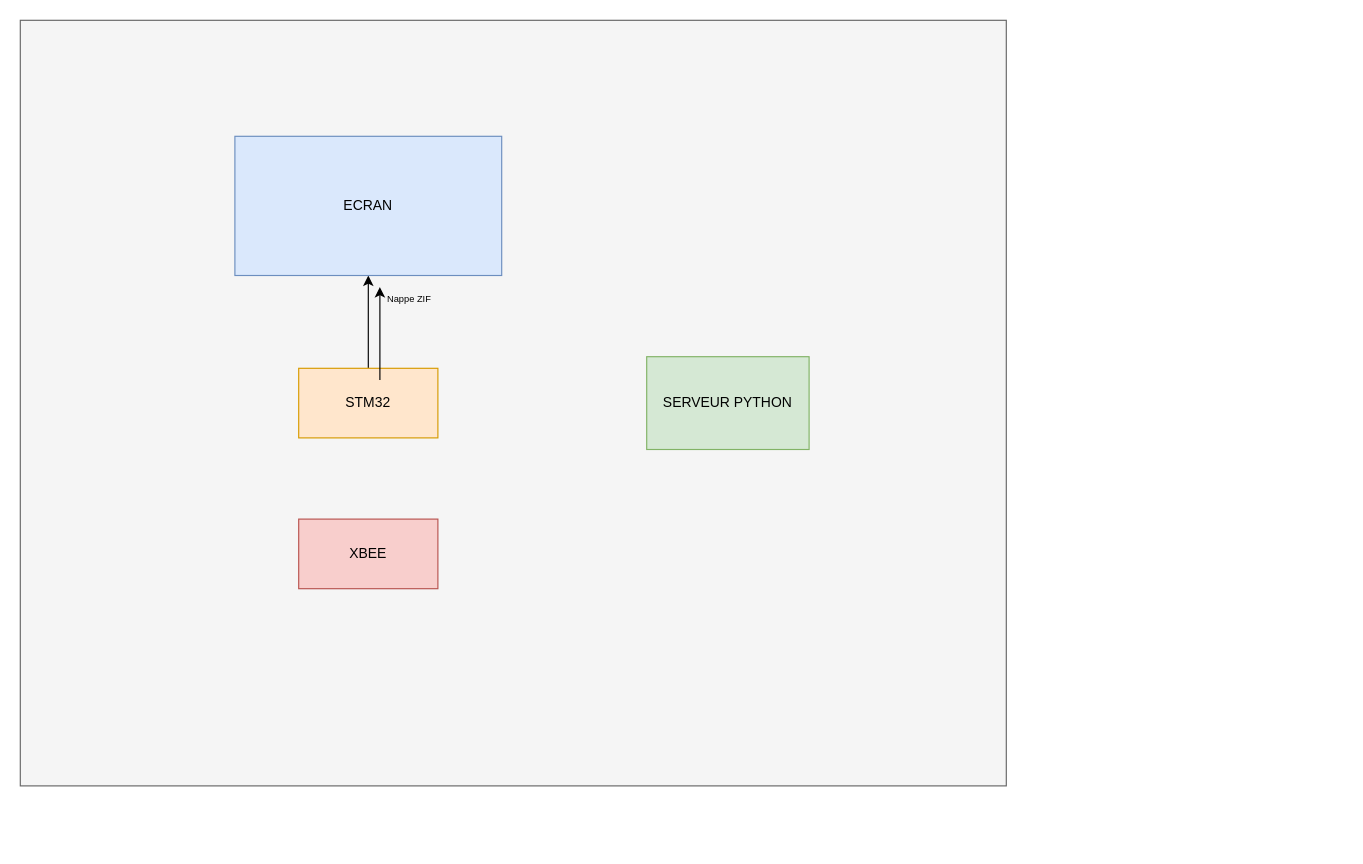
This is Diagramme sans nom.drawio from JohannCourand/Camera, a draw.io file, before an edit. Source tidied: cells renumbered, new cells numbered last; positions are measured from the earlier drawing's top-left corner, leaving out a move shared by most shapes. Both pictures are drawn from the tidied source at 116%, with x=0, y=0 at pixel (20, 20).
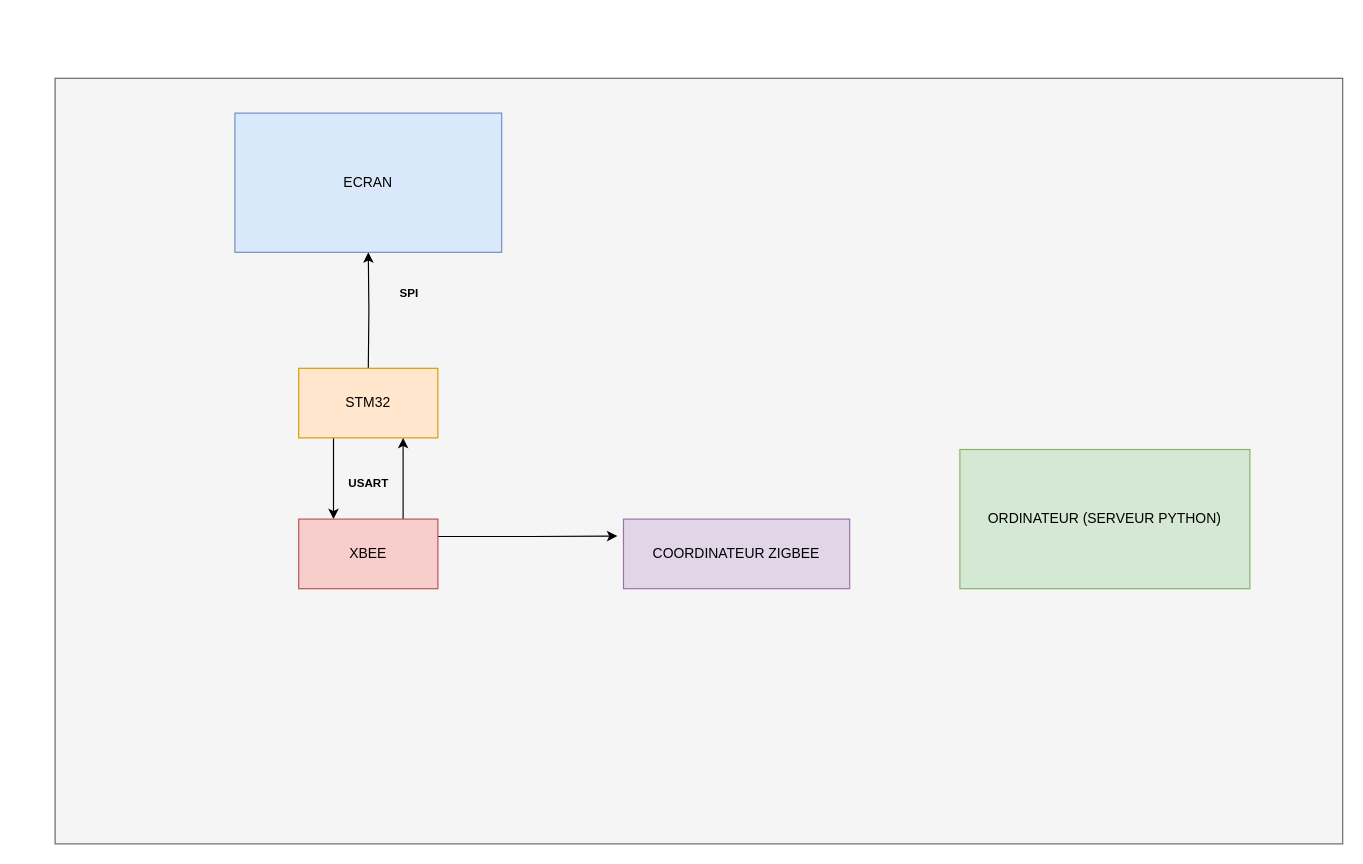
After the change.

Change to the diagram source:
```diff
@@
 <mxGraphModel>
   <root>
     <mxCell id="0" />
     <mxCell id="1" parent="0" />
     <mxCell id="2" style="rounded=0;whiteSpace=wrap;html=1;fillColor=#f5f5f5;strokeColor=#666666;fontColor=#333333;" parent="1" vertex="1">
-      <mxGeometry width="850" height="660" as="geometry" />
+      <mxGeometry x="30" y="50" width="1110" height="660" as="geometry" />
     </mxCell>
-    <mxCell id="3" style="edgeStyle=orthogonalEdgeStyle;rounded=0;jettySize=auto;html=1;entryX=0.5;entryY=1;entryDx=0;entryDy=0;" parent="1" edge="1" source="4" target="6">
-      <mxGeometry relative="1" as="geometry" />
+    <mxCell id="3" style="edgeStyle=orthogonalEdgeStyle;rounded=0;jettySize=auto;html=1;entryX=0.5;entryY=1;entryDx=0;entryDy=0;" parent="1" edge="1" target="6">
+      <mxGeometry relative="1" as="geometry">
+        <mxPoint x="300" y="300" as="sourcePoint" />
+      </mxGeometry>
     </mxCell>
+    <mxCell id="10" style="edgeStyle=orthogonalEdgeStyle;rounded=0;jettySize=auto;html=1;exitX=0.25;exitY=1;exitDx=0;exitDy=0;entryX=0.25;entryY=0;entryDx=0;entryDy=0;" parent="1" edge="1" source="4" target="5">
+      <mxGeometry relative="1" as="geometry" />
+    </mxCell>
     <mxCell id="4" value="STM32" style="rounded=0;whiteSpace=wrap;html=1;fillColor=#ffe6cc;strokeColor=#d79b00;" parent="1" vertex="1">
       <mxGeometry x="240" y="300" width="120" height="60" as="geometry" />
     </mxCell>
+    <mxCell id="11" style="edgeStyle=orthogonalEdgeStyle;rounded=0;jettySize=auto;html=1;exitX=0.75;exitY=0;exitDx=0;exitDy=0;entryX=0.75;entryY=1;entryDx=0;entryDy=0;" parent="1" edge="1" source="5" target="4">
+      <mxGeometry relative="1" as="geometry" />
+    </mxCell>
+    <mxCell id="12" style="edgeStyle=orthogonalEdgeStyle;rounded=0;jettySize=auto;html=1;exitX=1;exitY=0.25;exitDx=0;exitDy=0;entryX=-0.027;entryY=0.244;entryDx=0;entryDy=0;entryPerimeter=0;" parent="1" edge="1" source="5" target="15">
+      <mxGeometry relative="1" as="geometry" />
+    </mxCell>
     <mxCell id="5" value="&lt;div&gt;XBEE&lt;/div&gt;" style="rounded=0;whiteSpace=wrap;html=1;fillColor=#f8cecc;strokeColor=#b85450;" parent="1" vertex="1">
       <mxGeometry x="240" y="430" width="120" height="60" as="geometry" />
     </mxCell>
     <mxCell id="6" value="ECRAN" style="rounded=0;whiteSpace=wrap;html=1;fillColor=#dae8fc;strokeColor=#6c8ebf;" parent="1" vertex="1">
-      <mxGeometry x="185" y="100" width="230" height="120" as="geometry" />
+      <mxGeometry x="185" y="80" width="230" height="120" as="geometry" />
     </mxCell>
-    <mxCell id="7" value="SERVEUR PYTHON" style="rounded=0;whiteSpace=wrap;html=1;fillColor=#d5e8d4;strokeColor=#82b366;" parent="1" vertex="1">
-      <mxGeometry x="540" y="290" width="140" height="80" as="geometry" />
-    </mxCell>
-    <mxCell id="8" value="&lt;div&gt;&lt;font style=&quot;font-size: 8px; font-weight: normal;&quot;&gt;Nappe ZIF&lt;/font&gt;&lt;/div&gt;" style="text;strokeColor=none;fillColor=none;html=1;fontSize=24;fontStyle=1;verticalAlign=middle;align=center;" parent="1" vertex="1">
+    <mxCell id="8" value="&lt;div style=&quot;font-size: 10px;&quot;&gt;SPI&lt;br&gt;&lt;/div&gt;" style="text;strokeColor=none;fillColor=none;html=1;fontSize=24;fontStyle=1;verticalAlign=middle;align=center;" parent="1" vertex="1">
       <mxGeometry x="310" y="220" width="50" height="30" as="geometry" />
     </mxCell>
-    <mxCell id="9" style="edgeStyle=orthogonalEdgeStyle;rounded=0;orthogonalLoop=1;jettySize=auto;html=1;entryX=0.5;entryY=1;entryDx=0;entryDy=0;" parent="1" edge="1">
-      <mxGeometry relative="1" as="geometry">
-        <mxPoint x="310" y="310" as="sourcePoint" />
-        <mxPoint x="310" y="230" as="targetPoint" />
-        <Array as="points">
-          <mxPoint x="310" y="250" />
-          <mxPoint x="310" y="250" />
-        </Array>
-      </mxGeometry>
-    </mxCell>
+    <mxCell id="13" value="&lt;font style=&quot;font-size: 24px;&quot;&gt;&lt;font style=&quot;font-size: 23px;&quot;&gt;&lt;font style=&quot;font-size: 22px;&quot;&gt;&lt;font style=&quot;font-size: 21px;&quot;&gt;&lt;font style=&quot;font-size: 20px;&quot;&gt;&lt;font style=&quot;font-size: 19px;&quot;&gt;&lt;font style=&quot;font-size: 18px;&quot;&gt;&lt;font style=&quot;font-size: 17px;&quot;&gt;&lt;font style=&quot;font-size: 16px;&quot;&gt;&lt;font style=&quot;font-size: 15px;&quot;&gt;&lt;font style=&quot;font-size: 14px;&quot;&gt;&lt;font style=&quot;font-size: 13px;&quot;&gt;&lt;font style=&quot;font-size: 12px;&quot;&gt;&lt;font style=&quot;font-size: 11px;&quot;&gt;&lt;font style=&quot;font-size: 10px;&quot;&gt;USART&lt;/font&gt;&lt;/font&gt;&lt;/font&gt;&lt;/font&gt;&lt;/font&gt;&lt;/font&gt;&lt;/font&gt;&lt;/font&gt;&lt;/font&gt;&lt;/font&gt;&lt;/font&gt;&lt;/font&gt;&lt;/font&gt;&lt;/font&gt;&lt;/font&gt;" style="text;strokeColor=none;fillColor=none;html=1;fontSize=24;fontStyle=1;verticalAlign=middle;align=center;" parent="1" vertex="1">
+      <mxGeometry x="275" y="380" width="50" height="30" as="geometry" />
+    </mxCell>
+    <mxCell id="14" value="ORDINATEUR (SERVEUR PYTHON)" style="rounded=0;whiteSpace=wrap;html=1;fillColor=#d5e8d4;strokeColor=#82b366;" parent="1" vertex="1">
+      <mxGeometry x="810" y="370" width="250" height="120" as="geometry" />
+    </mxCell>
+    <mxCell id="15" value="COORDINATEUR ZIGBEE" style="rounded=0;whiteSpace=wrap;html=1;fillColor=#e1d5e7;strokeColor=#9673a6;" parent="1" vertex="1">
+      <mxGeometry x="520" y="430" width="195" height="60" as="geometry" />
+    </mxCell>
   </root>
 </mxGraphModel>
```
